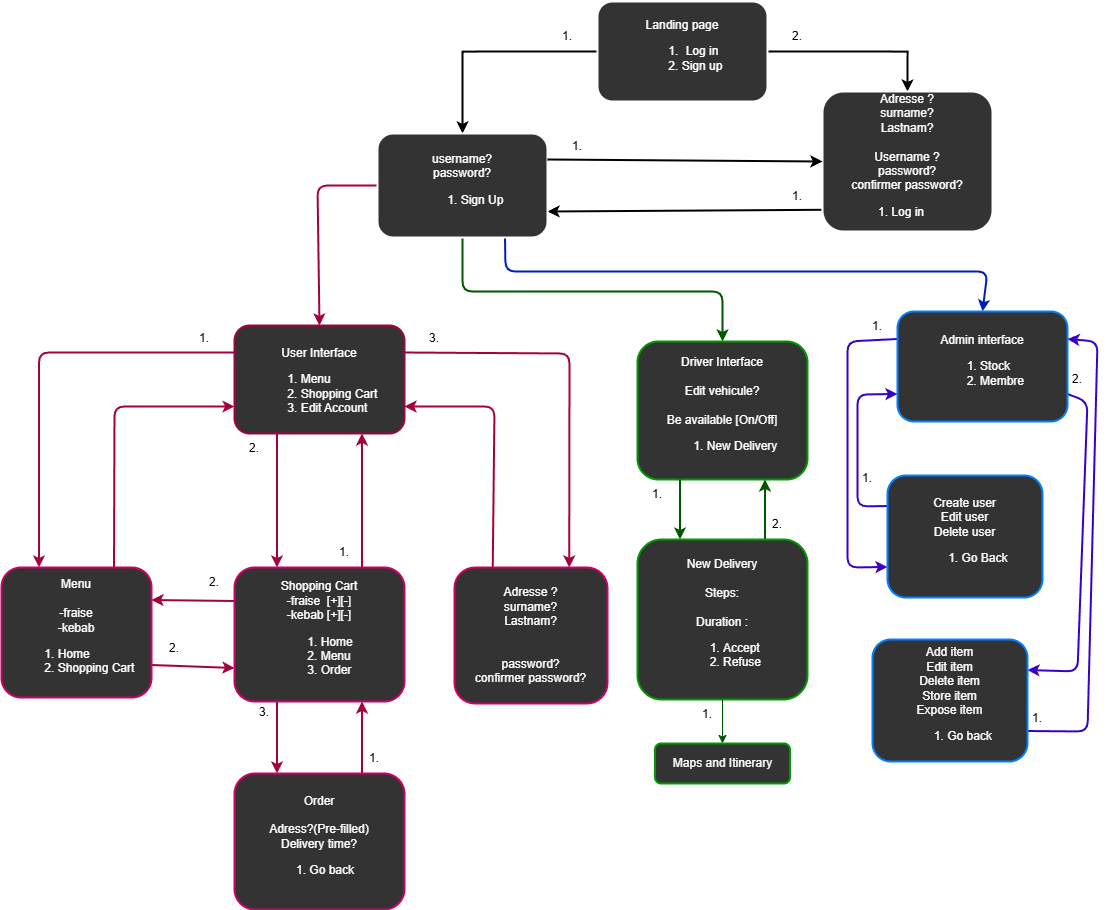
Before: Menus.png, a diagram exported from draw.io (no0e/Projet2A_Ub-EJR-Eats). Source tidied: cells renumbered, new cells last; positions are measured from the earlier drawing's top-left corner, leaving out a move shared by most shapes.
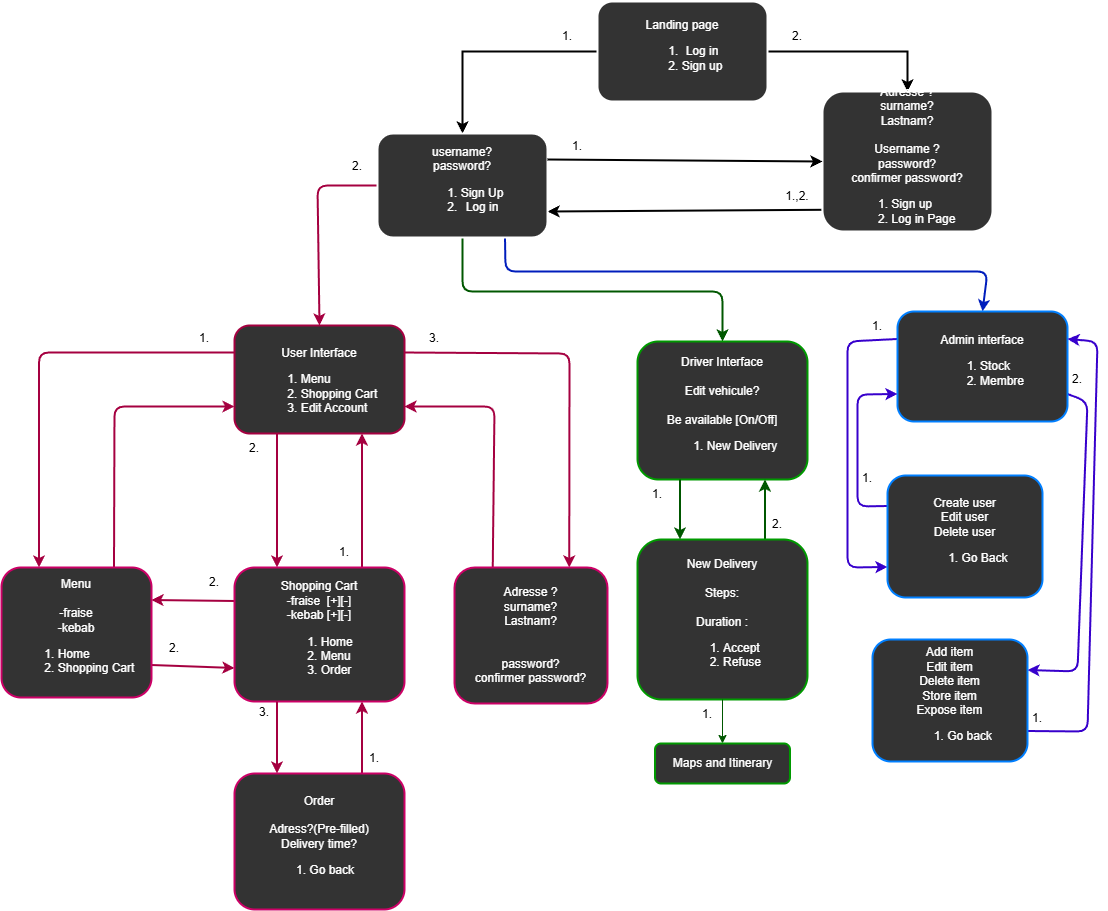
Above is the later version.

Commit message:
changement d'un petit détail sur le menu de connection

The edit, as a diff of the source:
```diff
@@ -14,7 +14,7 @@
     <mxCell id="5" style="edgeStyle=none;exitX=-0.005;exitY=0.845;exitDx=0;exitDy=0;entryX=1;entryY=0.75;entryDx=0;entryDy=0;labelBorderColor=none;strokeWidth=2;exitPerimeter=0;fontColor=#FFFFFF;html=1;labelBackgroundColor=none;" parent="1" edge="1" source="6" target="10">
       <mxGeometry relative="1" as="geometry" />
     </mxCell>
-    <mxCell id="6" value="Adresse ?&lt;br&gt;surname?&lt;br&gt;Lastnam?&lt;br&gt;&lt;br&gt;Username ?&lt;br&gt;password?&lt;br&gt;confirmer password?&lt;br&gt;&lt;ol&gt;&lt;li style=&quot;text-align: left;&quot;&gt;Log in&lt;/li&gt;&lt;/ol&gt;" style="rounded=1;fontColor=#FFFFFF;whiteSpace=wrap;html=1;fillColor=#333333;labelBackgroundColor=none;strokeWidth=2;strokeColor=#FFFFFF;" parent="1" vertex="1">
+    <mxCell id="6" value="Adresse ?&lt;br&gt;surname?&lt;br&gt;Lastnam?&lt;br&gt;&lt;br&gt;Username ?&lt;br&gt;password?&lt;br&gt;confirmer password?&lt;br&gt;&lt;ol&gt;&lt;li style=&quot;text-align: left;&quot;&gt;Sign up&lt;/li&gt;&lt;li style=&quot;text-align: left;&quot;&gt;Log in Page&lt;/li&gt;&lt;/ol&gt;" style="rounded=1;fontColor=#FFFFFF;whiteSpace=wrap;html=1;fillColor=#333333;labelBackgroundColor=none;strokeWidth=2;strokeColor=#FFFFFF;" parent="1" vertex="1">
       <mxGeometry x="821" y="90" width="170" height="140" as="geometry" />
     </mxCell>
     <mxCell id="7" style="edgeStyle=none;labelBorderColor=none;exitX=0;exitY=0.5;exitDx=0;exitDy=0;entryX=0.5;entryY=0;entryDx=0;entryDy=0;fillColor=#d80073;strokeColor=#A50040;strokeWidth=2;fontColor=#FFFFFF;html=1;labelBackgroundColor=none;" parent="1" edge="1" source="10" target="14">
@@ -41,7 +41,7 @@
         </Array>
       </mxGeometry>
     </mxCell>
-    <mxCell id="10" value="username?&lt;br&gt;password?&lt;br&gt;&lt;ol&gt;&lt;li&gt;Sign Up&lt;/li&gt;&lt;/ol&gt;" style="rounded=1;fontColor=#FFFFFF;whiteSpace=wrap;html=1;fillColor=#333333;labelBackgroundColor=none;strokeWidth=2;strokeColor=#FFFFFF;" parent="1" vertex="1">
+    <mxCell id="10" value="username?&lt;br&gt;password?&lt;br&gt;&lt;ol&gt;&lt;li&gt;Sign Up&lt;/li&gt;&lt;li&gt;Log in&lt;/li&gt;&lt;/ol&gt;" style="rounded=1;fontColor=#FFFFFF;whiteSpace=wrap;html=1;fillColor=#333333;labelBackgroundColor=none;strokeWidth=2;strokeColor=#FFFFFF;" parent="1" vertex="1">
       <mxGeometry x="376" y="132" width="170" height="104" as="geometry" />
     </mxCell>
     <mxCell id="11" style="edgeStyle=orthogonalEdgeStyle;rounded=1;jettySize=auto;exitX=0;exitY=0.25;exitDx=0;exitDy=0;entryX=0.25;entryY=0;entryDx=0;entryDy=0;fillColor=#d80073;strokeColor=#A50040;strokeWidth=2;fontColor=#000000;html=1;" parent="1" edge="1" source="14" target="21">
@@ -193,7 +193,7 @@
     <mxCell id="49" value="1." style="text;align=center;verticalAlign=middle;rounded=0;fontColor=#000000;whiteSpace=wrap;html=1;labelBackgroundColor=none;" parent="1" vertex="1">
       <mxGeometry x="343" y="742" width="60" height="30" as="geometry" />
     </mxCell>
-    <mxCell id="50" value="1." style="text;align=center;verticalAlign=middle;rounded=0;fontColor=#000000;whiteSpace=wrap;html=1;labelBackgroundColor=none;" parent="1" vertex="1">
+    <mxCell id="50" value="1.,2." style="text;align=center;verticalAlign=middle;rounded=0;fontColor=#000000;whiteSpace=wrap;html=1;labelBackgroundColor=none;" parent="1" vertex="1">
       <mxGeometry x="766" y="180" width="60" height="30" as="geometry" />
     </mxCell>
     <mxCell id="51" value="1." style="text;align=center;verticalAlign=middle;rounded=0;fontColor=#000000;whiteSpace=wrap;html=1;labelBackgroundColor=none;" parent="1" vertex="1">
@@ -220,5 +220,8 @@
     <mxCell id="58" value="2." style="text;align=center;verticalAlign=middle;rounded=0;fontColor=#000000;whiteSpace=wrap;html=1;labelBackgroundColor=none;" parent="1" vertex="1">
       <mxGeometry x="1046" y="363" width="60" height="30" as="geometry" />
     </mxCell>
+    <mxCell id="59" value="2." style="text;align=center;verticalAlign=middle;rounded=0;fontColor=#000000;whiteSpace=wrap;html=1;labelBackgroundColor=none;" parent="1" vertex="1">
+      <mxGeometry x="326" y="150" width="60" height="30" as="geometry" />
+    </mxCell>
   </root>
 </mxGraphModel>
```
